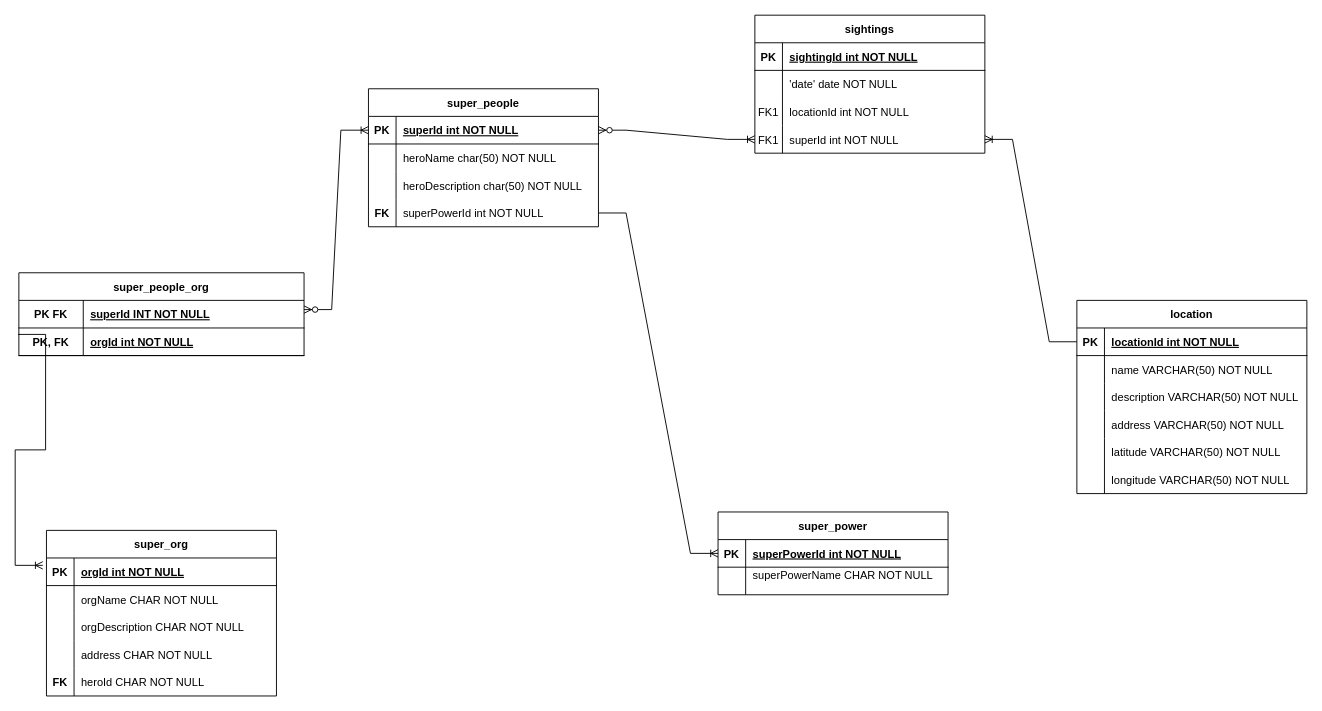
This is M9/SuperHeroSightings/ERD_Superhero_Sightings.drawio from raveen112/SoftwareGuildRaveenMain, a draw.io file, before an edit. Source tidied: cells renumbered, new cells numbered last; positions are measured from the earlier drawing's top-left corner, leaving out a move shared by most shapes. Both pictures are drawn from the tidied source at 92%, with x=0, y=0 at pixel (18, 15).
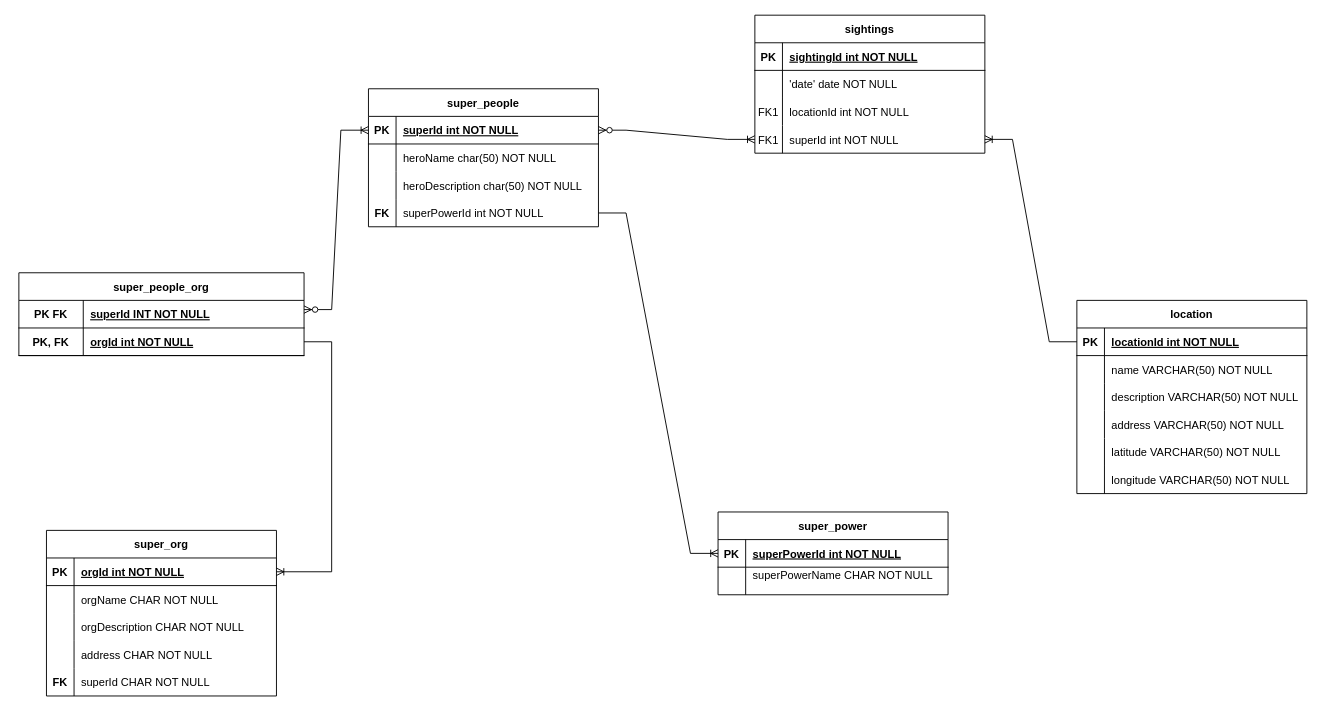
After the change.

The change refers to these unchanged cells:
```xml
<mxCell id="3" style="shape=partialRectangle;fillColor=none;points=[[0,0.5],[1,0.5]];portConstraint=eastwest;top=0;left=0;right=0;bottom=1;" parent="2" vertex="1">
  <mxGeometry y="30" width="250" height="30" as="geometry" />
</mxCell>
<mxCell id="15" style="shape=partialRectangle;fillColor=none;top=0;left=0;right=0;bottom=0;" parent="2" vertex="1">
  <mxGeometry y="150" width="250" height="30" as="geometry" />
</mxCell>
<mxCell id="74" style="shape=partialRectangle;fillColor=none;points=[[0,0.5],[1,0.5]];portConstraint=eastwest;top=0;left=0;right=0;bottom=1;" parent="70" vertex="1">
  <mxGeometry y="60" width="310" height="30" as="geometry" />
</mxCell>
```

Diff of the diagram source:
```diff
@@
-    <mxCell id="17" value="heroId CHAR NOT NULL" style="shape=partialRectangle;overflow=hidden;fillColor=none;top=0;left=0;bottom=0;right=0;align=left;spacingLeft=6;" parent="15" vertex="1">
+    <mxCell id="17" value="superId CHAR NOT NULL" style="shape=partialRectangle;overflow=hidden;fillColor=none;top=0;left=0;bottom=0;right=0;align=left;spacingLeft=6;" parent="15" vertex="1">
       <mxGeometry x="30" width="220" height="30" as="geometry" />
     </mxCell>
@@
-    <mxCell id="78" style="edgeStyle=entityRelationEdgeStyle;fontSize=12;html=1;endArrow=ERoneToMany;rounded=0;entryX=-0.016;entryY=0.267;entryDx=0;entryDy=0;entryPerimeter=0;exitX=-0.003;exitY=0.233;exitDx=0;exitDy=0;exitPerimeter=0;" parent="1" edge="1" source="74" target="3">
+    <mxCell id="78" style="edgeStyle=entityRelationEdgeStyle;fontSize=12;html=1;endArrow=ERoneToMany;rounded=0;entryX=1;entryY=0.5;entryDx=0;entryDy=0;" parent="1" edge="1" source="74" target="3">
       <mxGeometry relative="1" as="geometry" />
     </mxCell>
```
